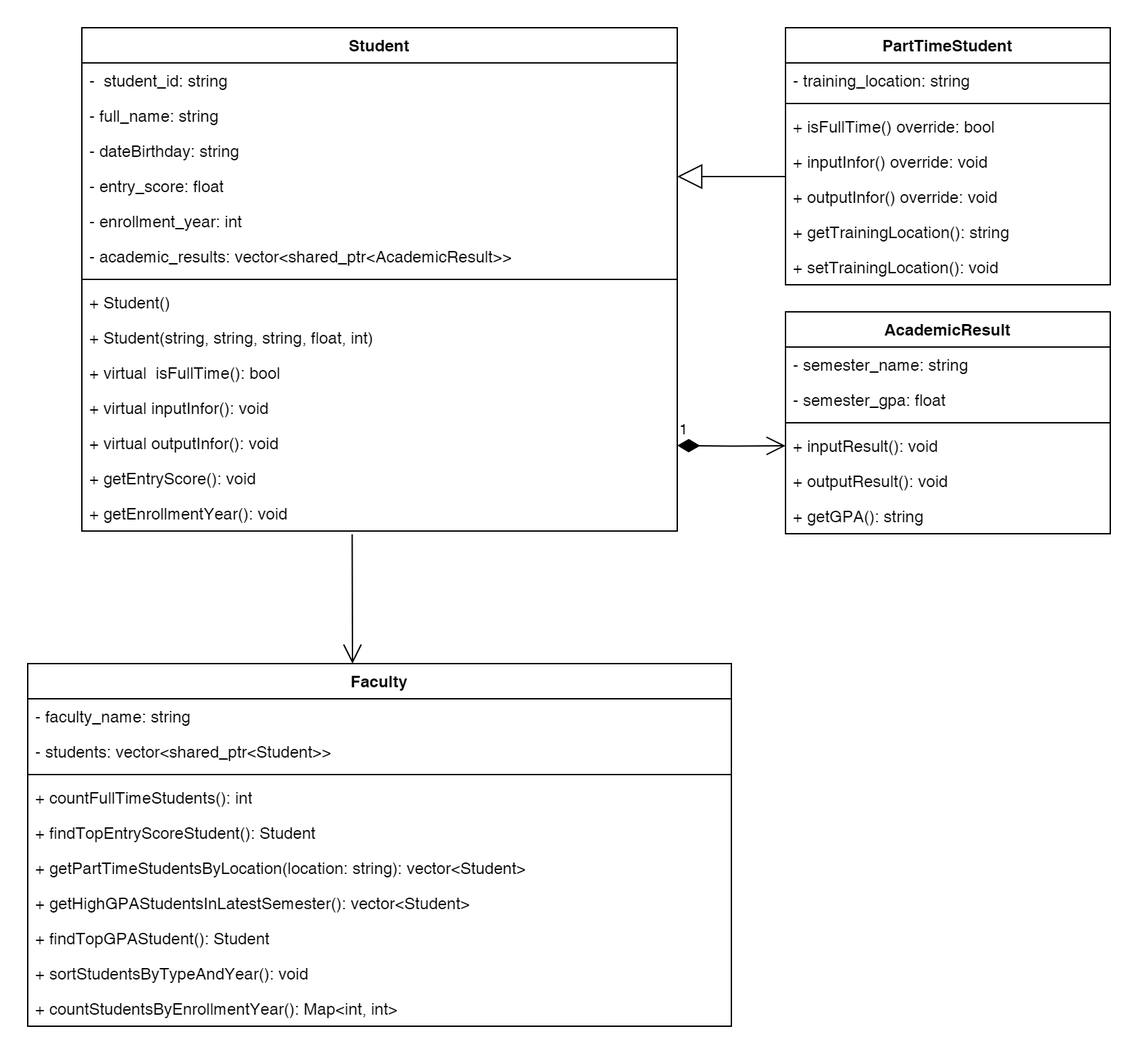
Above: 15_StudentManagementSystem/docs/classDiagram.png in thanhetebkdn/object_orient_programming (draw.io), before the change. Source tidied: cells renumbered, new cells last; positions are measured from the earlier drawing's top-left corner, leaving out a move shared by most shapes.
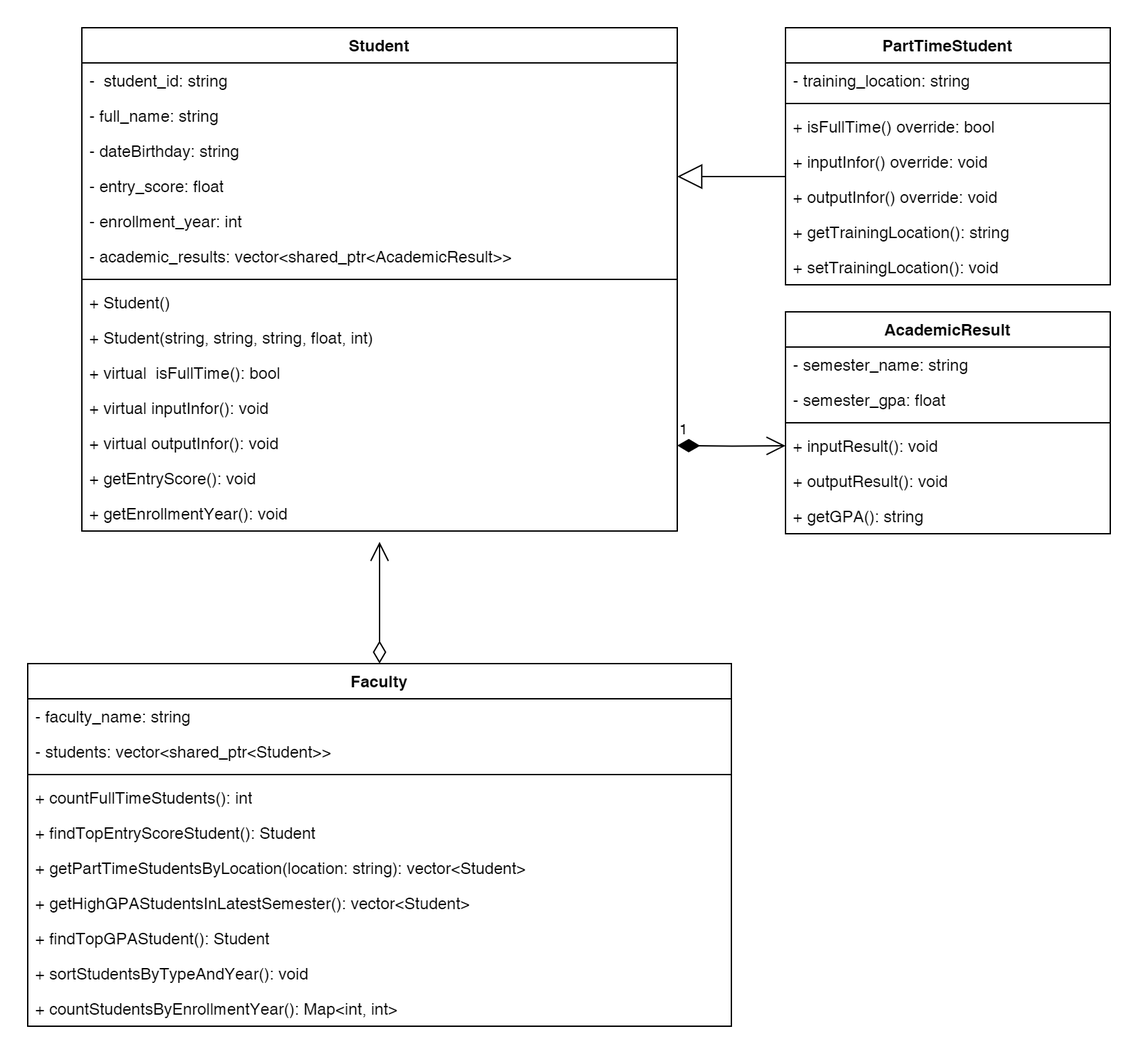
The same file after the commit.

Change to the diagram source:
```diff
@@ -136,10 +136,10 @@
         <mxPoint x="480" y="110" as="targetPoint" />
       </mxGeometry>
     </mxCell>
-    <mxCell id="45" style="endArrow=open;endFill=1;endSize=12;html=1;rounded=0;fontFamily=Helvetica;exitX=0.454;exitY=1.093;exitDx=0;exitDy=0;exitPerimeter=0;" parent="1" edge="1" source="16">
-      <mxGeometry relative="1" as="geometry">
-        <mxPoint x="240" y="470" as="targetPoint" />
-      </mxGeometry>
-    </mxCell>
+    <mxCell id="46" style="endArrow=open;html=1;endSize=12;startArrow=diamondThin;startSize=14;startFill=0;edgeStyle=orthogonalEdgeStyle;align=left;verticalAlign=bottom;rounded=0;exitX=0.5;exitY=0;exitDx=0;exitDy=0;" parent="1" edge="1" source="33">
+      <mxGeometry x="-1" y="3" relative="1" as="geometry">
+        <mxPoint x="260" y="380" as="targetPoint" />
+      </mxGeometry>
+    </mxCell>
   </root>
 </mxGraphModel>
```
